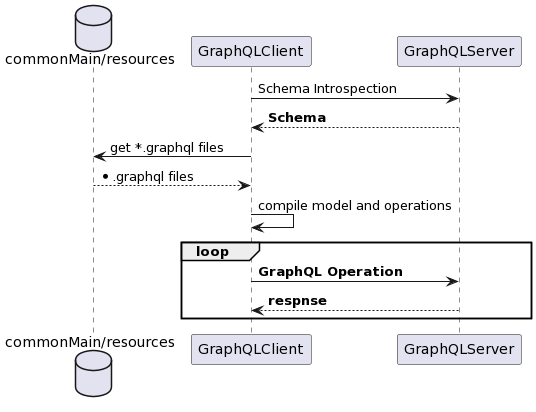
Before: figures/client_func.png, a diagram exported from PlantUML (S-furi/bachelor-final-thesis).
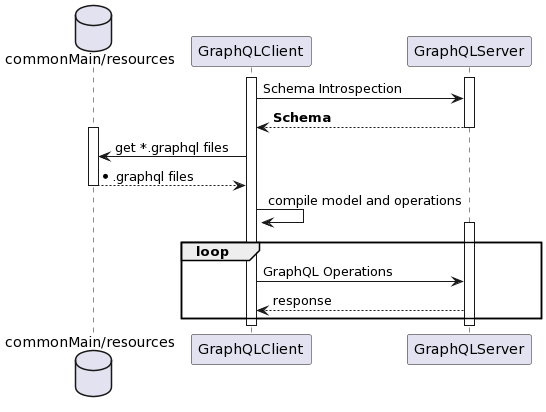
Later version of the same file.

Commit message:
fix: fix typo in sequence diagram

What changed in the source:
```diff
@@ -3,16 +3,25 @@
 participant GraphQLClient as client
 participant GraphQLServer as server
 
-client -> server: Schema Introspection
+activate client
+activate server
+
+client -> server : Schema Introspection
 server --> client: **Schema**
 
-client -> res: get *.graphql files
+deactivate server
+activate res
+client -> res : get *.graphql files
 res --> client: *.graphql files
+deactivate res
 
-client -> client: compile model and operations
+client -> client : compile model and operations
 
+activate server
 loop
-client -> server: **GraphQL Operation**
-server --> client: **respnse**
+  client -> server : GraphQL Operations
+  server --> client: response
 end
+deactivate client
+deactivate server
 @enduml
```
